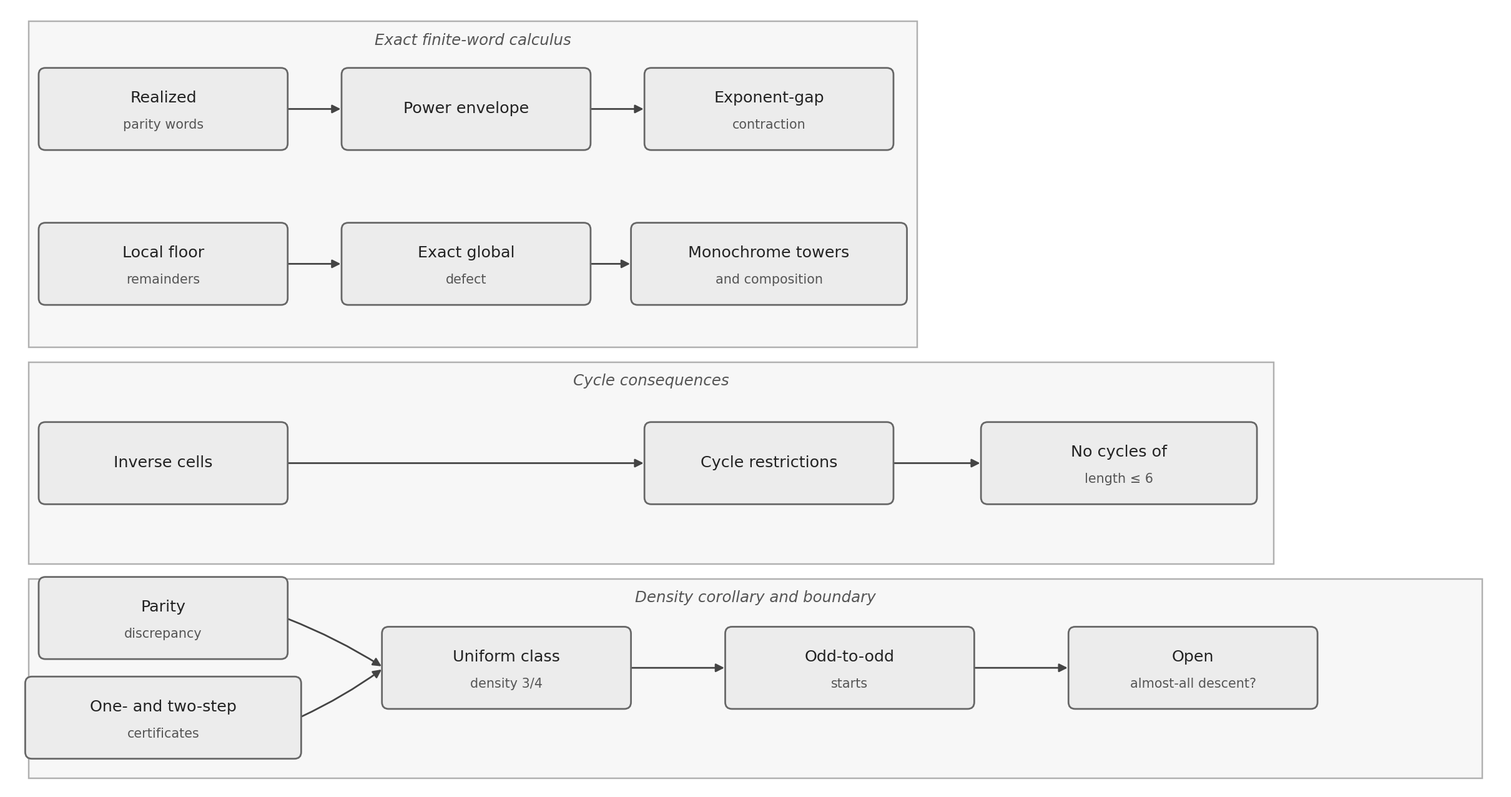
Above: juggler_review/figures/juggler_frontier.png in sneakyweasel/balanced_ternary (Mermaid), before the change. Its source is kept beside it as docs/theory/figures/juggler_frontier.mmd.
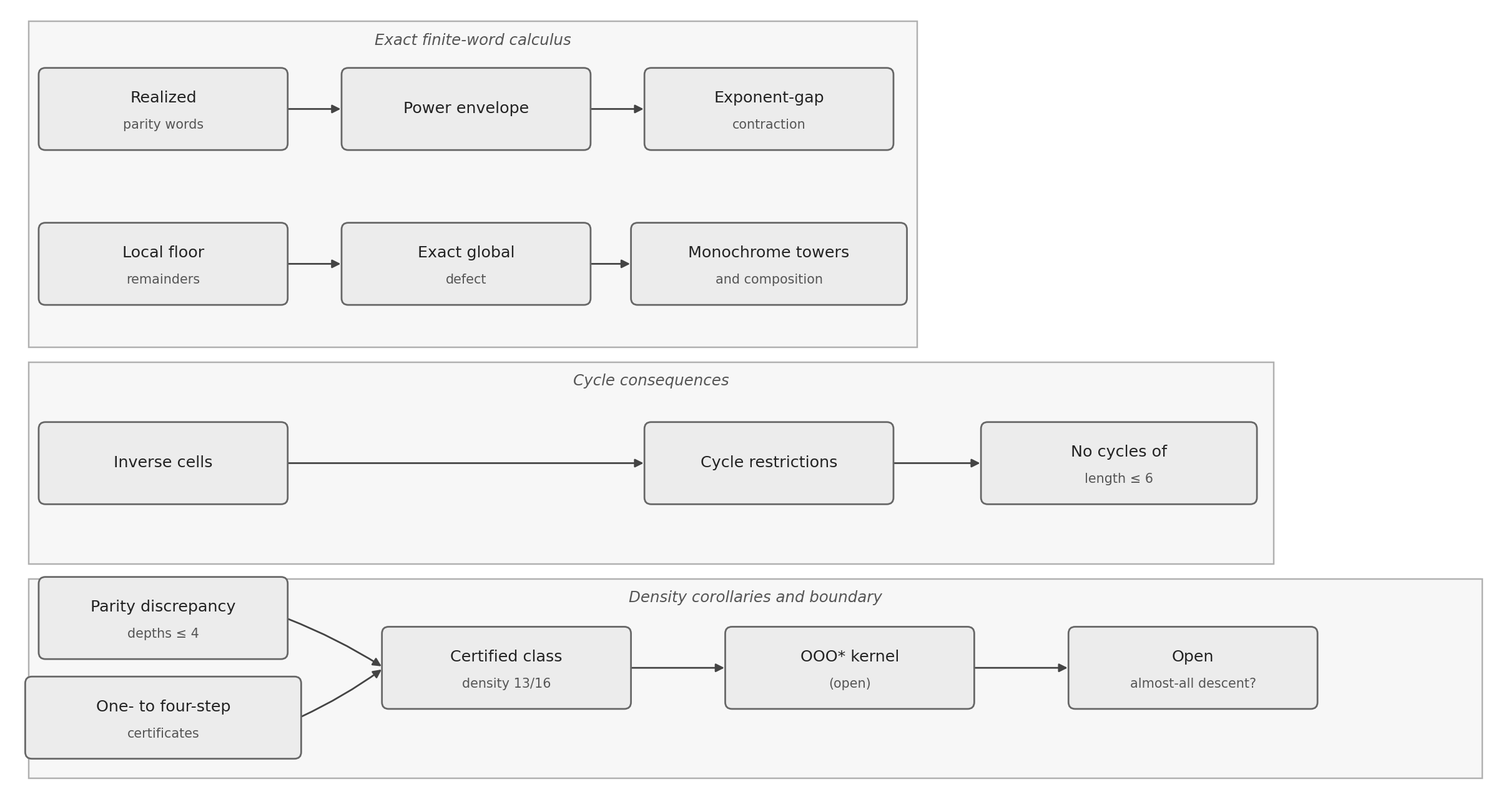
The same file after the commit.

Change to the diagram source:
```diff
@@ -2,6 +2,6 @@
     Words["Realized parity words"] --> Envelope["Power envelope"] --> Contract["Exponent-gap contraction"]
     Remainders["Local floor remainders"] --> Defect["Exact global defect"] --> Towers["Monochrome towers<br/>and composition"]
     Cells["Inverse cells"] --> Cycles["Cycle restrictions"] --> Excluded["No cycles of<br/>length &le; 6"]
-    Discrepancy["Parity discrepancy"] --> Density["Uniform short-certificate<br/>class has density 3/4"]
-    Certificates["One- and two-step<br/>certificates"] --> Density
-    Density --> OO["Odd-to-odd starts"] --> Open["Open: almost-all<br/>finite descent?"]
+    Discrepancy["Parity discrepancy<br/>depths &le; 4"] --> Density["Certified class<br/>density 13/16"]
+    Certificates["One- to four-step<br/>certificates"] --> Density
+    Density --> Kernel["OOO* kernel<br/>(open)"] --> Open["Open: almost-all<br/>finite descent?"]
```
